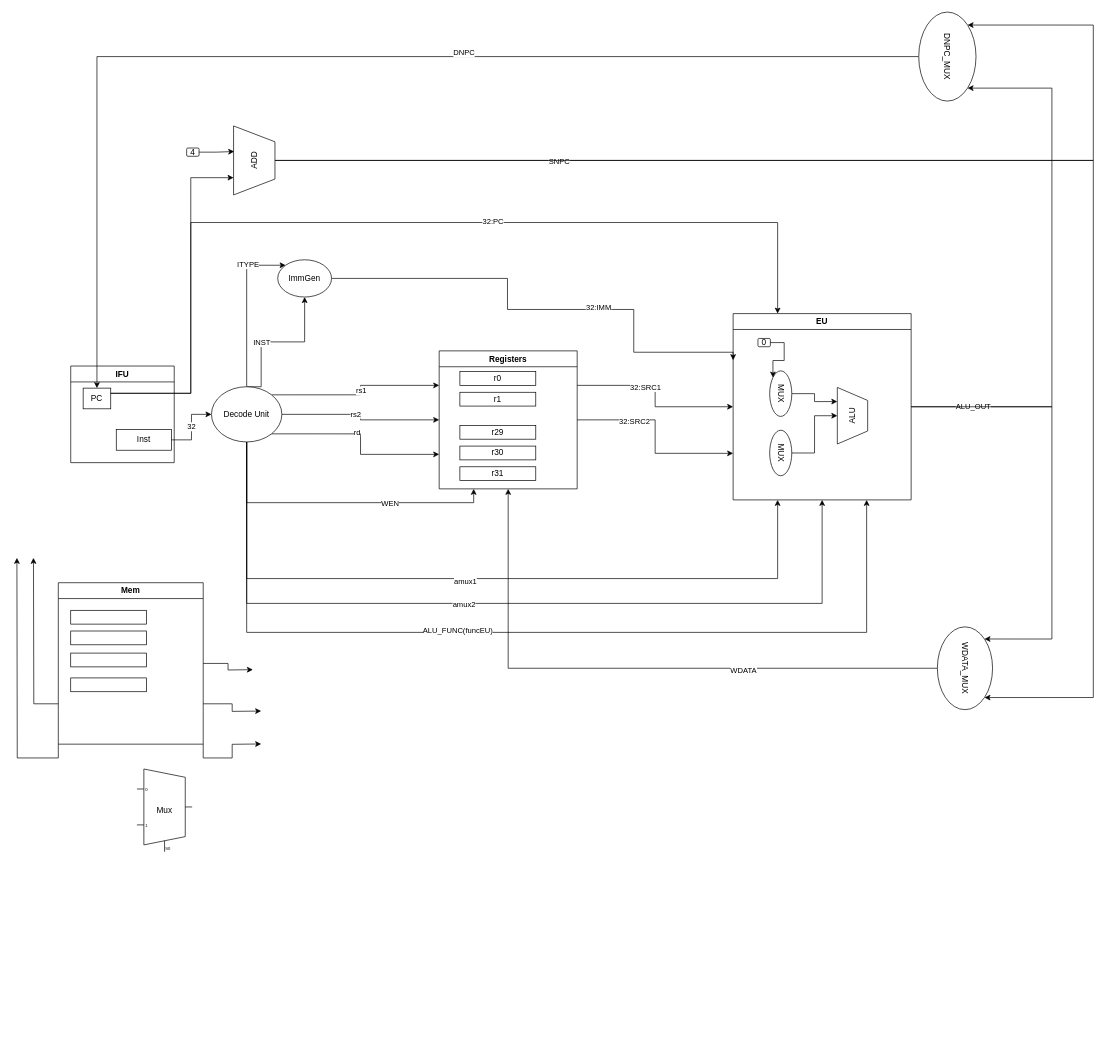
Above: page "第 1 页" (1 of 3) of cpu.drawio in rand-kcs/cpu-design (draw.io), before the change. Source tidied: cells renumbered, new cells numbered last; positions are measured from the earlier drawing's top-left corner, leaving out a move shared by most shapes. Both pictures are drawn from the tidied source at 69%, with x=0, y=0 at pixel (17, 25).
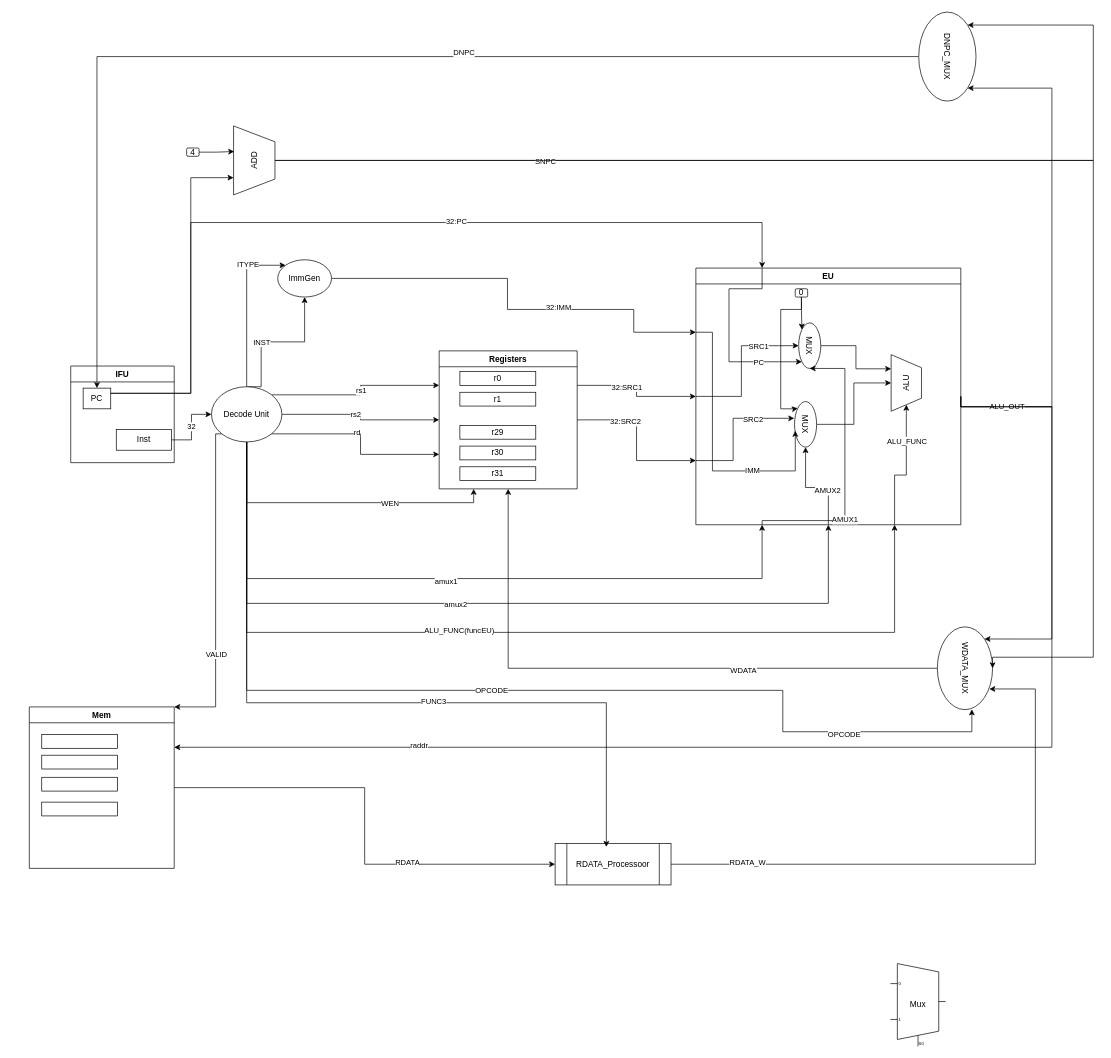
The same page after the edit.

Commit message:
更新实现Load指令

Unchanged cells that the change refers to:
```xml
<mxCell id="3" value="PC" style="rounded=0;whiteSpace=wrap;html=1;" parent="2" vertex="1">
  <mxGeometry x="18" y="32" width="40" height="30" as="geometry" />
</mxCell>
<mxCell id="23" value="Decode Unit" style="ellipse;whiteSpace=wrap;html=1;" parent="1" vertex="1">
  <mxGeometry x="282" y="524" width="102" height="80" as="geometry" />
</mxCell>
<mxCell id="48" value="ImmGen" style="ellipse;whiteSpace=wrap;html=1;" parent="1" vertex="1">
  <mxGeometry x="378" y="340" width="78" height="54" as="geometry" />
</mxCell>
<mxCell id="64" value="WDATA_MUX" style="ellipse;whiteSpace=wrap;html=1;rotation=90;" parent="1" vertex="1">
  <mxGeometry x="1314" y="892" width="120" height="80" as="geometry" />
</mxCell>
<mxCell id="70" value="ADD" style="verticalLabelPosition=middle;verticalAlign=middle;html=1;shape=trapezoid;perimeter=trapezoidPerimeter;whiteSpace=wrap;size=0.23;arcSize=10;flipV=1;labelPosition=center;align=center;rotation=-90;" parent="1" vertex="1">
  <mxGeometry x="294" y="166" width="100" height="60" as="geometry" />
</mxCell>
```

The edit, as a diff of the source:
```diff
@@
     <mxCell id="17" style="edgeStyle=orthogonalEdgeStyle;rounded=0;jettySize=auto;html=1;exitX=0.5;exitY=1;exitDx=0;exitDy=0;entryX=0.25;entryY=1;entryDx=0;entryDy=0;" parent="1" edge="1" source="23" target="52">
       <mxGeometry relative="1" as="geometry">
         <Array as="points">
           <mxPoint x="333" y="802" />
-          <mxPoint x="1102" y="802" />
+          <mxPoint x="1080" y="802" />
         </Array>
       </mxGeometry>
     </mxCell>
@@
     <mxCell id="19" style="edgeStyle=orthogonalEdgeStyle;rounded=0;jettySize=auto;html=1;exitX=0.5;exitY=1;exitDx=0;exitDy=0;entryX=0.5;entryY=1;entryDx=0;entryDy=0;" parent="1" edge="1" source="23" target="52">
       <mxGeometry relative="1" as="geometry">
         <Array as="points">
           <mxPoint x="333" y="838" />
-          <mxPoint x="1167" y="838" />
+          <mxPoint x="1176" y="838" />
         </Array>
       </mxGeometry>
     </mxCell>
@@
     <mxCell id="21" style="edgeStyle=orthogonalEdgeStyle;rounded=0;jettySize=auto;html=1;exitX=0.5;exitY=1;exitDx=0;exitDy=0;entryX=0.75;entryY=1;entryDx=0;entryDy=0;" parent="1" edge="1" source="23" target="52">
       <mxGeometry relative="1" as="geometry">
         <Array as="points">
           <mxPoint x="333" y="880" />
-          <mxPoint x="1232" y="880" />
+          <mxPoint x="1272" y="880" />
         </Array>
       </mxGeometry>
     </mxCell>
@@
+    <mxCell id="76" style="edgeStyle=orthogonalEdgeStyle;rounded=0;jettySize=auto;html=1;exitX=0;exitY=1;exitDx=0;exitDy=0;entryX=1;entryY=0;entryDx=0;entryDy=0;" parent="1" edge="1" source="23" target="31">
+      <mxGeometry relative="1" as="geometry">
+        <Array as="points">
+          <mxPoint x="288" y="592" />
+          <mxPoint x="288" y="988" />
+        </Array>
+      </mxGeometry>
+    </mxCell>
+    <mxCell id="77" value="VALID" style="edgeLabel;html=1;align=center;verticalAlign=middle;" parent="76" vertex="1">
+      <mxGeometry x="0.41" relative="1" as="geometry" />
+    </mxCell>
@@
-    <mxCell id="26" style="edgeStyle=orthogonalEdgeStyle;rounded=0;jettySize=auto;html=1;exitX=0;exitY=0.75;exitDx=0;exitDy=0;" parent="1" edge="1" source="31">
-      <mxGeometry relative="1" as="geometry">
-        <mxPoint x="24" y="772" as="targetPoint" />
-      </mxGeometry>
-    </mxCell>
-    <mxCell id="27" style="edgeStyle=orthogonalEdgeStyle;rounded=0;jettySize=auto;html=1;exitX=0;exitY=1;exitDx=0;exitDy=0;" parent="1" edge="1" source="31">
-      <mxGeometry relative="1" as="geometry">
-        <mxPoint y="772" as="targetPoint" />
-      </mxGeometry>
-    </mxCell>
-    <mxCell id="28" style="edgeStyle=orthogonalEdgeStyle;rounded=0;jettySize=auto;html=1;exitX=1;exitY=0.5;exitDx=0;exitDy=0;" parent="1" edge="1" source="31">
-      <mxGeometry relative="1" as="geometry">
-        <mxPoint x="342" y="934" as="targetPoint" />
-      </mxGeometry>
-    </mxCell>
-    <mxCell id="29" style="edgeStyle=orthogonalEdgeStyle;rounded=0;jettySize=auto;html=1;exitX=1;exitY=0.75;exitDx=0;exitDy=0;" parent="1" edge="1" source="31">
-      <mxGeometry relative="1" as="geometry">
-        <mxPoint x="354" y="994" as="targetPoint" />
-      </mxGeometry>
-    </mxCell>
-    <mxCell id="30" style="edgeStyle=orthogonalEdgeStyle;rounded=0;jettySize=auto;html=1;exitX=1;exitY=1;exitDx=0;exitDy=0;" parent="1" edge="1" source="31">
-      <mxGeometry relative="1" as="geometry">
-        <mxPoint x="354" y="1041.7" as="targetPoint" />
-      </mxGeometry>
-    </mxCell>
+    <mxCell id="78" style="edgeStyle=orthogonalEdgeStyle;rounded=0;jettySize=auto;html=1;exitX=1;exitY=0.5;exitDx=0;exitDy=0;entryX=0;entryY=0.5;entryDx=0;entryDy=0;" parent="1" edge="1" source="31" target="97">
+      <mxGeometry relative="1" as="geometry" />
+    </mxCell>
+    <mxCell id="79" value="RDATA" style="edgeLabel;html=1;align=center;verticalAlign=middle;" parent="78" vertex="1">
+      <mxGeometry x="0.35" y="4" relative="1" as="geometry" />
+    </mxCell>
     <mxCell id="31" value="Mem" style="swimlane;whiteSpace=wrap;html=1;" parent="1" vertex="1">
-      <mxGeometry x="60" y="808" width="210" height="234" as="geometry" />
+      <mxGeometry x="18" y="988" width="210" height="234" as="geometry" />
     </mxCell>
@@
     <mxCell id="46" style="edgeStyle=orthogonalEdgeStyle;rounded=0;jettySize=auto;html=1;exitX=1;exitY=0.5;exitDx=0;exitDy=0;entryX=0;entryY=0.25;entryDx=0;entryDy=0;" parent="1" edge="1" source="48" target="52">
       <mxGeometry relative="1" as="geometry">
         <Array as="points">
           <mxPoint x="711" y="367" />
           <mxPoint x="711" y="412" />
           <mxPoint x="894" y="412" />
-          <mxPoint x="894" y="474" />
+          <mxPoint x="894" y="445" />
         </Array>
       </mxGeometry>
     </mxCell>
@@
+    <mxCell id="80" style="edgeStyle=orthogonalEdgeStyle;rounded=0;jettySize=auto;html=1;exitX=1;exitY=0.5;exitDx=0;exitDy=0;entryX=1;entryY=0.25;entryDx=0;entryDy=0;" parent="1" edge="1" source="52" target="31">
+      <mxGeometry relative="1" as="geometry">
+        <Array as="points">
+          <mxPoint x="1500" y="553" />
+          <mxPoint x="1500" y="1047" />
+        </Array>
+      </mxGeometry>
+    </mxCell>
+    <mxCell id="81" value="raddr" style="edgeLabel;html=1;align=center;verticalAlign=middle;" parent="80" vertex="1">
+      <mxGeometry x="0.63" y="-3" relative="1" as="geometry">
+        <mxPoint x="1" as="offset" />
+      </mxGeometry>
+    </mxCell>
     <mxCell id="52" value="EU" style="swimlane;whiteSpace=wrap;html=1;" parent="1" vertex="1">
-      <mxGeometry x="1038" y="418" width="258" height="270" as="geometry" />
+      <mxGeometry x="984" y="352" width="384" height="372" as="geometry" />
     </mxCell>
@@
     <mxCell id="54" value="MUX" style="ellipse;whiteSpace=wrap;html=1;rotation=90;" parent="52" vertex="1">
-      <mxGeometry x="36" y="100" width="66" height="32" as="geometry" />
+      <mxGeometry x="132" y="96.5" width="66" height="32" as="geometry" />
     </mxCell>
     <mxCell id="55" value="ALU" style="verticalLabelPosition=middle;verticalAlign=middle;html=1;shape=trapezoid;perimeter=trapezoidPerimeter;whiteSpace=wrap;size=0.23;arcSize=10;flipV=1;labelPosition=center;align=center;rotation=-90;" parent="52" vertex="1">
-      <mxGeometry x="132" y="126" width="82" height="44" as="geometry" />
+      <mxGeometry x="264" y="144.5" width="82" height="44" as="geometry" />
     </mxCell>
+    <mxCell id="57" style="edgeStyle=orthogonalEdgeStyle;rounded=0;jettySize=auto;html=1;exitX=0.5;exitY=1;exitDx=0;exitDy=0;entryX=0;entryY=1;entryDx=0;entryDy=0;" parent="52" edge="1" source="56" target="54">
+      <mxGeometry relative="1" as="geometry" />
+    </mxCell>
     <mxCell id="56" value="0" style="rounded=1;whiteSpace=wrap;html=1;" parent="52" vertex="1">
-      <mxGeometry x="36" y="36" width="18" height="12" as="geometry" />
+      <mxGeometry x="144" y="30" width="18" height="12" as="geometry" />
     </mxCell>
-    <mxCell id="57" style="edgeStyle=orthogonalEdgeStyle;rounded=0;jettySize=auto;html=1;exitX=1;exitY=0.5;exitDx=0;exitDy=0;entryX=0;entryY=1;entryDx=0;entryDy=0;" parent="52" edge="1" source="56" target="54">
-      <mxGeometry relative="1" as="geometry" />
-    </mxCell>
@@
     <mxCell id="59" value="MUX" style="ellipse;whiteSpace=wrap;html=1;rotation=90;" parent="52" vertex="1">
-      <mxGeometry x="36" y="186" width="66" height="32" as="geometry" />
+      <mxGeometry x="126" y="210.5" width="66" height="32" as="geometry" />
     </mxCell>
+    <mxCell id="82" style="edgeStyle=orthogonalEdgeStyle;rounded=0;jettySize=auto;html=1;exitX=0.25;exitY=1;exitDx=0;exitDy=0;entryX=1;entryY=0.5;entryDx=0;entryDy=0;" parent="52" edge="1" source="52" target="54">
+      <mxGeometry relative="1" as="geometry">
+        <Array as="points">
+          <mxPoint x="96" y="366" />
+          <mxPoint x="216" y="366" />
+          <mxPoint x="216" y="146" />
+        </Array>
+      </mxGeometry>
+    </mxCell>
+    <mxCell id="83" value="AMUX1" style="edgeLabel;html=1;align=center;verticalAlign=middle;" parent="82" vertex="1">
+      <mxGeometry x="-0.37" y="1" relative="1" as="geometry">
+        <mxPoint y="-1" as="offset" />
+      </mxGeometry>
+    </mxCell>
+    <mxCell id="84" style="edgeStyle=orthogonalEdgeStyle;rounded=0;jettySize=auto;html=1;exitX=0.5;exitY=1;exitDx=0;exitDy=0;entryX=1;entryY=0.5;entryDx=0;entryDy=0;" parent="52" edge="1" source="52" target="59">
+      <mxGeometry relative="1" as="geometry">
+        <Array as="points">
+          <mxPoint x="192" y="318" />
+          <mxPoint x="159" y="318" />
+        </Array>
+      </mxGeometry>
+    </mxCell>
+    <mxCell id="85" value="AMUX2" style="edgeLabel;html=1;align=center;verticalAlign=middle;" parent="84" vertex="1">
+      <mxGeometry x="-0.31" y="1" relative="1" as="geometry">
+        <mxPoint x="-1" as="offset" />
+      </mxGeometry>
+    </mxCell>
+    <mxCell id="86" style="edgeStyle=orthogonalEdgeStyle;rounded=0;jettySize=auto;html=1;exitX=0.75;exitY=1;exitDx=0;exitDy=0;entryX=0;entryY=0.5;entryDx=0;entryDy=0;" parent="52" edge="1" source="52" target="55">
+      <mxGeometry relative="1" as="geometry">
+        <Array as="points">
+          <mxPoint x="288" y="300" />
+          <mxPoint x="305" y="300" />
+        </Array>
+      </mxGeometry>
+    </mxCell>
+    <mxCell id="87" value="ALU_FUNC" style="edgeLabel;html=1;align=center;verticalAlign=middle;" parent="86" vertex="1">
+      <mxGeometry x="0.46" relative="1" as="geometry" />
+    </mxCell>
+    <mxCell id="88" style="edgeStyle=orthogonalEdgeStyle;rounded=0;jettySize=auto;html=1;exitX=0;exitY=0.5;exitDx=0;exitDy=0;entryX=0.5;entryY=1;entryDx=0;entryDy=0;" parent="52" edge="1" source="52" target="54">
+      <mxGeometry relative="1" as="geometry">
+        <Array as="points">
+          <mxPoint x="66" y="186" />
+          <mxPoint x="66" y="113" />
+        </Array>
+      </mxGeometry>
+    </mxCell>
+    <mxCell id="89" value="SRC1" style="edgeLabel;html=1;align=center;verticalAlign=middle;" parent="88" vertex="1">
+      <mxGeometry x="0.47" y="-1" relative="1" as="geometry" />
+    </mxCell>
+    <mxCell id="90" style="edgeStyle=orthogonalEdgeStyle;rounded=0;jettySize=auto;html=1;exitX=0.25;exitY=0;exitDx=0;exitDy=0;entryX=1;entryY=1;entryDx=0;entryDy=0;" parent="52" edge="1" source="52" target="54">
+      <mxGeometry relative="1" as="geometry">
+        <Array as="points">
+          <mxPoint x="96" y="30" />
+          <mxPoint x="48" y="30" />
+          <mxPoint x="48" y="136" />
+        </Array>
+      </mxGeometry>
+    </mxCell>
+    <mxCell id="91" value="PC" style="edgeLabel;html=1;align=center;verticalAlign=middle;" parent="90" vertex="1">
+      <mxGeometry x="0.56" y="-1" relative="1" as="geometry" />
+    </mxCell>
+    <mxCell id="92" style="edgeStyle=orthogonalEdgeStyle;rounded=0;jettySize=auto;html=1;exitX=0.5;exitY=1;exitDx=0;exitDy=0;entryX=0;entryY=1;entryDx=0;entryDy=0;" parent="52" edge="1" source="56" target="59">
+      <mxGeometry relative="1" as="geometry">
+        <Array as="points">
+          <mxPoint x="153" y="60" />
+          <mxPoint x="123" y="60" />
+          <mxPoint x="123" y="204" />
+          <mxPoint x="143" y="204" />
+          <mxPoint x="143" y="203" />
+        </Array>
+      </mxGeometry>
+    </mxCell>
+    <mxCell id="93" style="edgeStyle=orthogonalEdgeStyle;rounded=0;jettySize=auto;html=1;exitX=0;exitY=0.75;exitDx=0;exitDy=0;entryX=0.367;entryY=1.013;entryDx=0;entryDy=0;entryPerimeter=0;" parent="52" edge="1" source="52" target="59">
+      <mxGeometry relative="1" as="geometry">
+        <Array as="points">
+          <mxPoint x="54" y="279" />
+          <mxPoint x="54" y="218" />
+        </Array>
+      </mxGeometry>
+    </mxCell>
+    <mxCell id="94" value="SRC2" style="edgeLabel;html=1;align=center;verticalAlign=middle;" parent="93" vertex="1">
+      <mxGeometry x="0.41" y="-1" relative="1" as="geometry" />
+    </mxCell>
+    <mxCell id="95" style="edgeStyle=orthogonalEdgeStyle;rounded=0;jettySize=auto;html=1;exitX=0;exitY=0.25;exitDx=0;exitDy=0;entryX=0.641;entryY=0.967;entryDx=0;entryDy=0;entryPerimeter=0;" parent="52" edge="1" source="52" target="59">
+      <mxGeometry relative="1" as="geometry">
+        <Array as="points">
+          <mxPoint x="24" y="93" />
+          <mxPoint x="24" y="294" />
+          <mxPoint x="144" y="294" />
+        </Array>
+      </mxGeometry>
+    </mxCell>
+    <mxCell id="96" value="IMM" style="edgeLabel;html=1;align=center;verticalAlign=middle;" parent="95" vertex="1">
+      <mxGeometry x="0.4" y="1" relative="1" as="geometry" />
+    </mxCell>
-    <mxCell id="60" style="edgeStyle=orthogonalEdgeStyle;rounded=0;jettySize=auto;html=1;exitX=1;exitY=0.25;exitDx=0;exitDy=0;entryX=0.25;entryY=0;entryDx=0;entryDy=0;" parent="1" edge="1" source="3" target="52">
+    <mxCell id="60" style="edgeStyle=orthogonalEdgeStyle;rounded=0;jettySize=auto;html=1;exitX=1;exitY=0.25;exitDx=0;exitDy=0;" parent="1" edge="1" source="3">
       <mxGeometry relative="1" as="geometry">
+        <mxPoint x="1080" y="352" as="targetPoint" />
         <Array as="points">
           <mxPoint x="252" y="534" />
           <mxPoint x="252" y="286" />
-          <mxPoint x="1103" y="286" />
+          <mxPoint x="1080" y="286" />
         </Array>
       </mxGeometry>
     </mxCell>
@@
     <mxCell id="66" value="Mux" style="shadow=0;dashed=0;align=center;html=1;strokeWidth=1;shape=mxgraph.electrical.abstract.mux2;whiteSpace=wrap;" parent="1" vertex="1">
-      <mxGeometry x="174" y="1078" width="80" height="120" as="geometry" />
+      <mxGeometry x="1266" y="1360" width="80" height="120" as="geometry" />
     </mxCell>
-    <mxCell id="67" style="edgeStyle=orthogonalEdgeStyle;rounded=0;jettySize=auto;html=1;exitX=0.5;exitY=1;exitDx=0;exitDy=0;entryX=1;entryY=0;entryDx=0;entryDy=0;" parent="1" edge="1" source="70" target="64">
+    <mxCell id="67" style="edgeStyle=orthogonalEdgeStyle;rounded=0;jettySize=auto;html=1;exitX=0.5;exitY=1;exitDx=0;exitDy=0;entryX=0.5;entryY=0;entryDx=0;entryDy=0;" parent="1" edge="1" source="70" target="64">
       <mxGeometry relative="1" as="geometry">
         <Array as="points">
           <mxPoint x="1560" y="196" />
-          <mxPoint x="1560" y="974" />
+          <mxPoint x="1560" y="916" />
+          <mxPoint x="1414" y="916" />
         </Array>
       </mxGeometry>
     </mxCell>
@@
+    <mxCell id="97" value="RDATA_Processoor" style="shape=process;whiteSpace=wrap;html=1;backgroundOutline=1;" parent="1" vertex="1">
+      <mxGeometry x="780" y="1186" width="168" height="60" as="geometry" />
+    </mxCell>
+    <mxCell id="98" style="edgeStyle=orthogonalEdgeStyle;rounded=0;jettySize=auto;html=1;exitX=1;exitY=0.5;exitDx=0;exitDy=0;entryX=0.75;entryY=0.059;entryDx=0;entryDy=0;entryPerimeter=0;" parent="1" edge="1" source="97" target="64">
+      <mxGeometry relative="1" as="geometry">
+        <Array as="points">
+          <mxPoint x="1476" y="1216" />
+          <mxPoint x="1476" y="962" />
+        </Array>
+      </mxGeometry>
+    </mxCell>
+    <mxCell id="99" value="RDATA_W" style="edgeLabel;html=1;align=center;verticalAlign=middle;" parent="98" vertex="1">
+      <mxGeometry x="-0.74" y="3" relative="1" as="geometry" />
+    </mxCell>
+    <mxCell id="100" style="edgeStyle=orthogonalEdgeStyle;rounded=0;jettySize=auto;html=1;exitX=0.5;exitY=1;exitDx=0;exitDy=0;entryX=0.442;entryY=0.082;entryDx=0;entryDy=0;entryPerimeter=0;" parent="1" edge="1" source="23" target="97">
+      <mxGeometry relative="1" as="geometry">
+        <Array as="points">
+          <mxPoint x="333" y="982" />
+          <mxPoint x="854" y="982" />
+        </Array>
+      </mxGeometry>
+    </mxCell>
+    <mxCell id="101" value="FUNC3" style="edgeLabel;html=1;align=center;verticalAlign=middle;" parent="100" vertex="1">
+      <mxGeometry x="0.17" y="3" relative="1" as="geometry" />
+    </mxCell>
+    <mxCell id="102" style="edgeStyle=orthogonalEdgeStyle;rounded=0;jettySize=auto;html=1;exitX=0.5;exitY=1;exitDx=0;exitDy=0;entryX=0.996;entryY=0.375;entryDx=0;entryDy=0;entryPerimeter=0;" parent="1" edge="1" source="23" target="64">
+      <mxGeometry relative="1" as="geometry">
+        <Array as="points">
+          <mxPoint x="333" y="964" />
+          <mxPoint x="1110" y="964" />
+          <mxPoint x="1110" y="1024" />
+          <mxPoint x="1384" y="1024" />
+        </Array>
+      </mxGeometry>
+    </mxCell>
+    <mxCell id="103" value="OPCODE" style="edgeLabel;html=1;align=center;verticalAlign=middle;" parent="102" vertex="1">
+      <mxGeometry x="-0.05" relative="1" as="geometry" />
+    </mxCell>
+    <mxCell id="104" value="OPCODE" style="edgeLabel;html=1;align=center;verticalAlign=middle;" parent="102" vertex="1">
+      <mxGeometry x="0.71" y="-3" relative="1" as="geometry" />
+    </mxCell>
```
